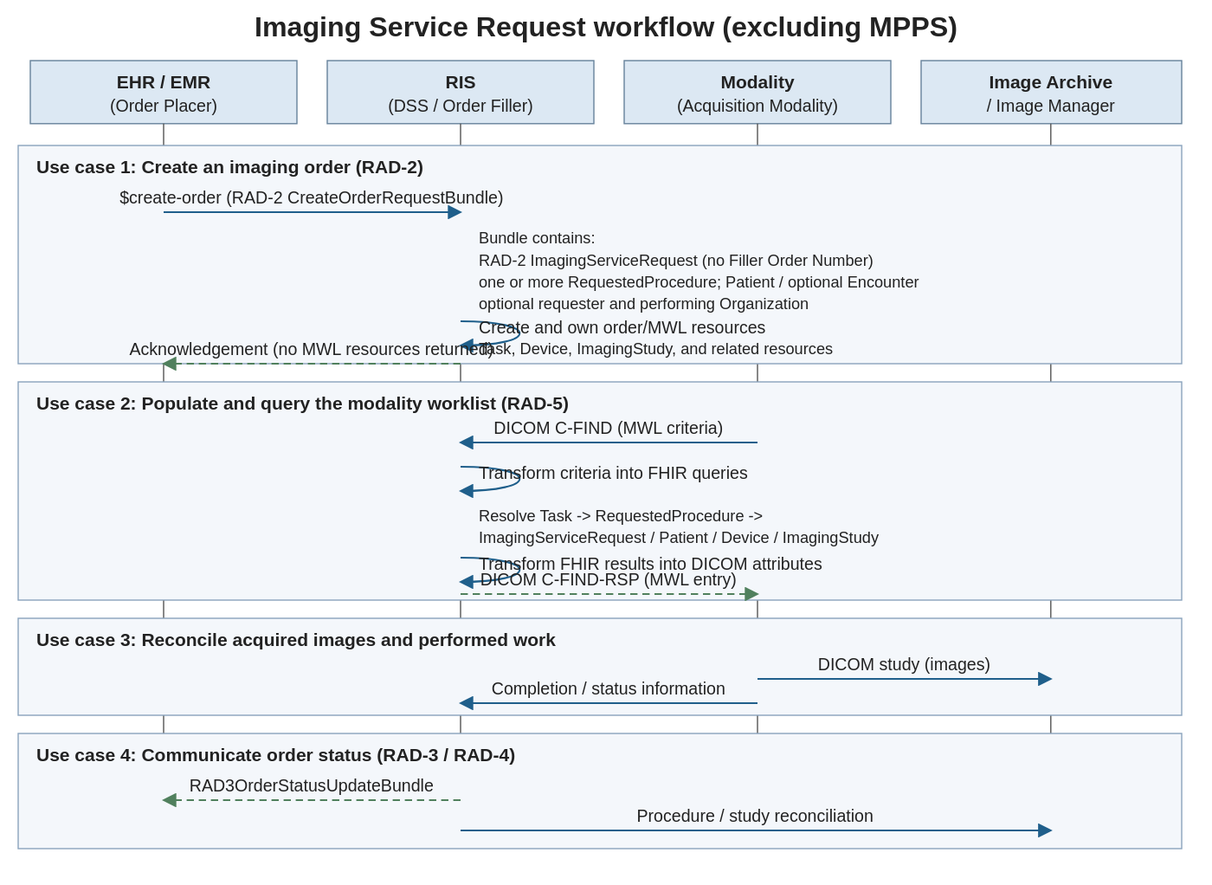
Above: input/images/imaging_service_request_workflow.svg in HL7/imaging-service-request-ig (PlantUML), before the change. Its source is kept beside it as input/images-source/imaging_service_request_workflow.plantuml.
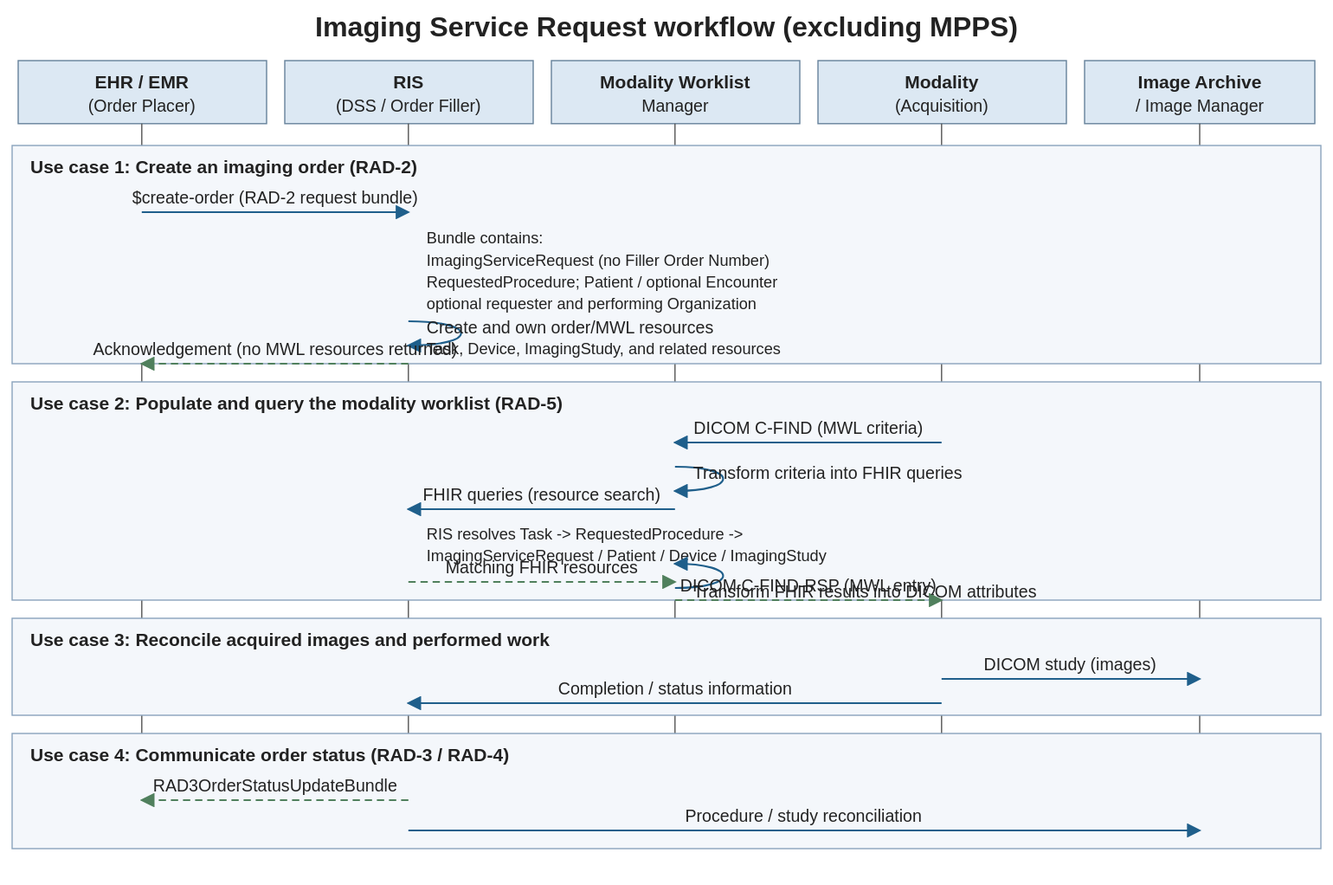
The same diagram one commit later.

Commit message:
Split MWL manager to new actor

Diff of the diagram source:
```diff
@@ -5,6 +5,7 @@
 
 actor "EHR / EMR\n(Order Placer)" as ehr
 participant "RIS\n(DSS / Order Filler)" as ris
+participant "Modality Worklist\nManager" as mwl
 participant "Modality\n(Acquisition Modality)" as modality
 participant "Image archive /\nImage Manager" as archive
 
@@ -27,10 +28,11 @@
 end
 
 group Use case 2: Populate and query the modality worklist (RAD-5)
-  modality -> ris: DICOM C-FIND\n(MWL query parameters)
-  ris -> ris: Transform MWL criteria into\nFHIR queries
+  modality -> mwl: DICOM C-FIND\n(MWL query parameters)
+  mwl -> mwl: Transform MWL criteria into\nFHIR queries
+  mwl -> ris: FHIR queries\n(resource search)
   note right of ris
-    FHIR queries resolve:
+    RIS-owned FHIR resources:
     Task (scheduled procedure step)
       -> RequestedProcedure
       -> ImagingServiceRequest
@@ -38,8 +40,9 @@
       -> Device (scheduled station)
       -> ImagingStudy (Study Instance UID)
   end note
-  ris -> ris: Transform FHIR query results into\nDICOM MWL attributes
-  ris --> modality: DICOM C-FIND-RSP\n(MWL entry)
+  ris --> mwl: Matching FHIR resources
+  mwl -> mwl: Transform FHIR results into\nDICOM MWL attributes
+  mwl --> modality: DICOM C-FIND-RSP\n(MWL entry)
 end
 
 group Use case 3: Reconcile acquired images and performed work
@@ -53,8 +56,10 @@
   ris -> archive: Procedure/study reconciliation\n(RAD-4 / RAD-13)
 end
 
-note over modality,ris
-  The RIS owns the FHIR resources and provides the MWL service.
+note over mwl,ris
+  The RIS owns the FHIR resources. The Modality Worklist Manager
+  provides the DICOM MWL service and may be grouped with the RIS
+  or Image Archive / Image Manager.
   The completion transaction and the mechanism used to update the EHR
   are not specified as a single end-to-end workflow.
 end note
```
